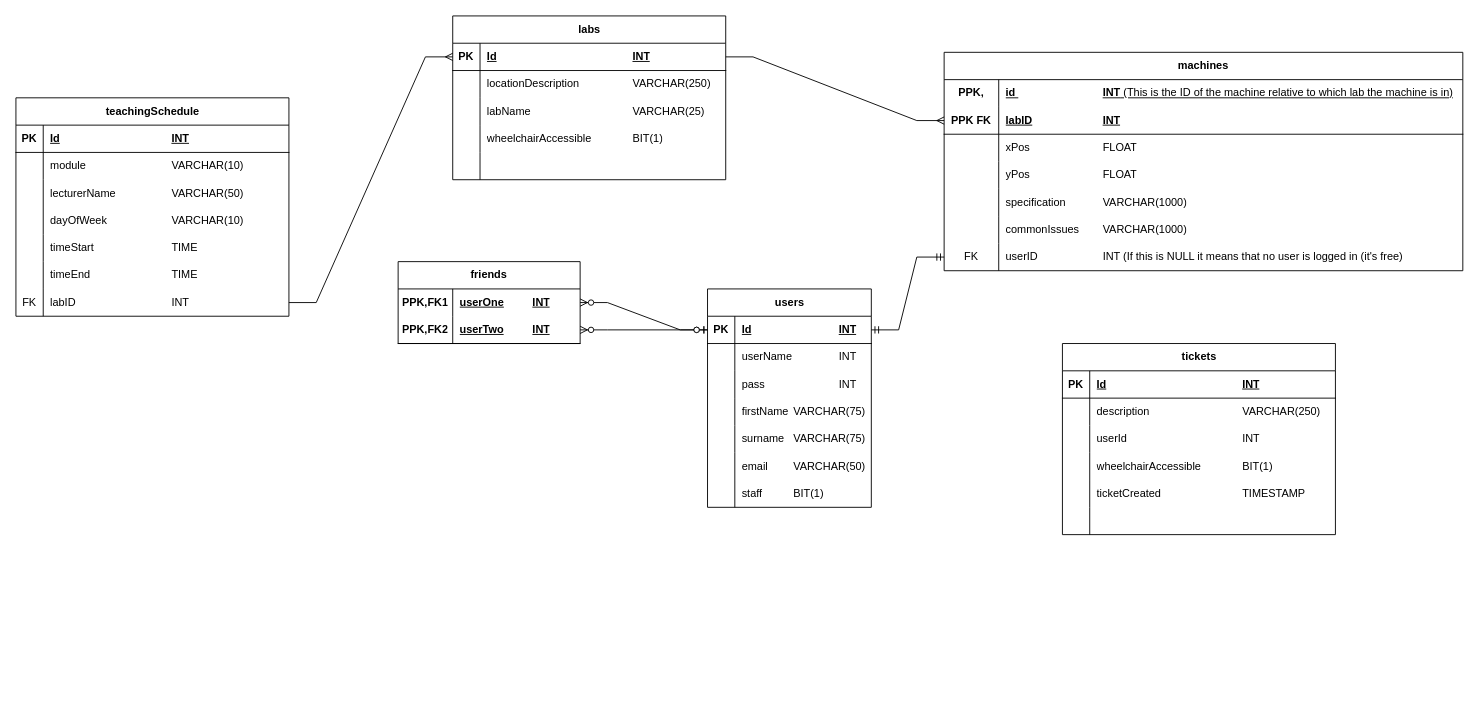
Above: LabFlow/LabFlow/assets/dissertation.drawio in chas-lad/LabFlow (draw.io), before the change. Source tidied: cells renumbered, new cells numbered last; positions are measured from the earlier drawing's top-left corner, leaving out a move shared by most shapes. Both pictures are drawn from the tidied source at 91%, with x=0, y=0 at pixel (15, 15).
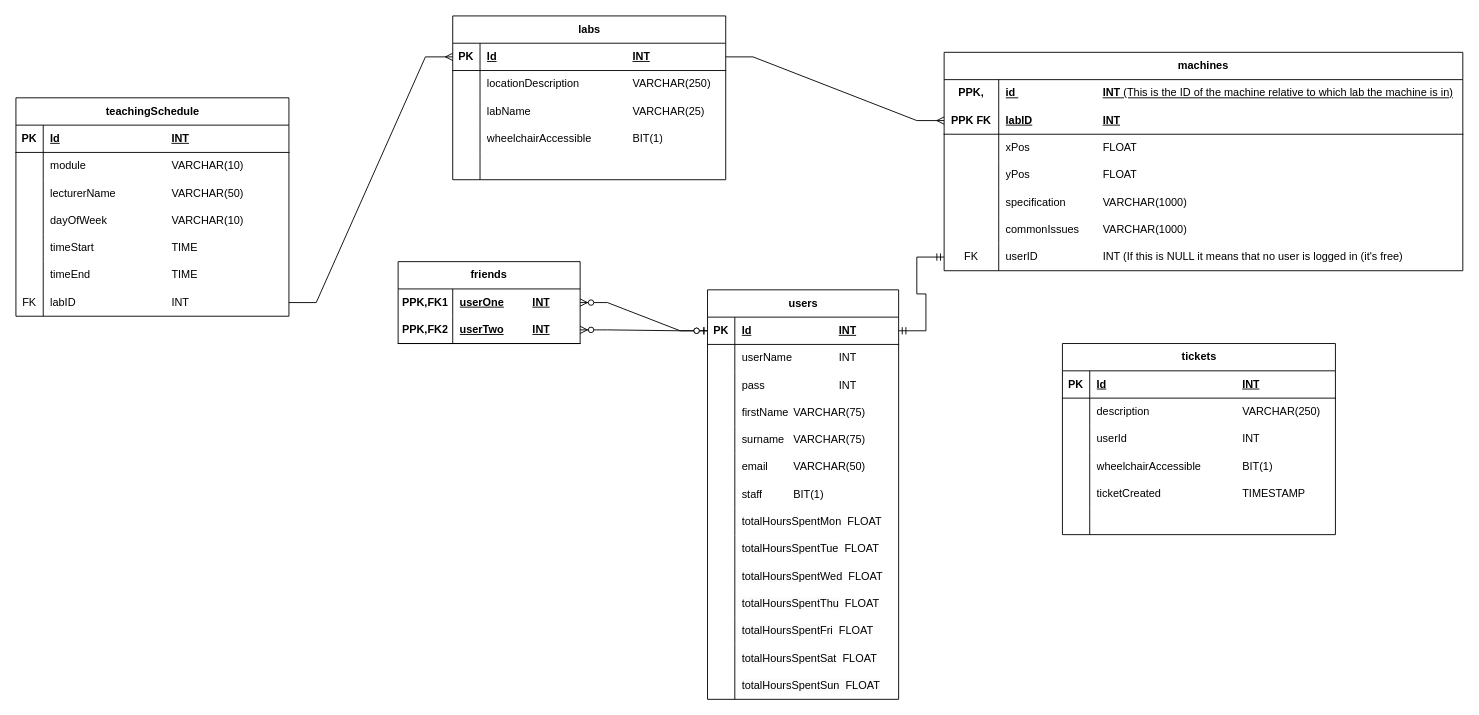
The same page after the edit.

The edit, as a diff of the source:
```diff
@@
     <mxCell id="2" value="users" style="shape=table;startSize=30;childLayout=tableLayout;rowLines=0;fontStyle=1;align=center;html=1;" parent="1" vertex="1">
-      <mxGeometry x="760" y="300" width="180" height="240" as="geometry" />
+      <mxGeometry x="760" y="301" width="210" height="450" as="geometry" />
     </mxCell>
     <mxCell id="3" style="shape=tableRow;horizontal=0;startSize=0;swimlaneHead=0;swimlaneBody=0;fillColor=none;points=[[0,0.5],[1,0.5]];portConstraint=eastwest;top=0;left=0;right=0;bottom=1;" parent="2" vertex="1">
-      <mxGeometry y="30" width="180" height="30" as="geometry" />
+      <mxGeometry y="30" width="210" height="30" as="geometry" />
     </mxCell>
@@
     <mxCell id="5" value="Id&lt;span style=&quot;white-space: pre;&quot;&gt;&#9;&lt;/span&gt;&lt;span style=&quot;white-space: pre;&quot;&gt;&#9;&lt;/span&gt;&lt;span style=&quot;white-space: pre;&quot;&gt;&#9;&lt;/span&gt;&lt;span style=&quot;white-space: pre;&quot;&gt;&#9;&lt;/span&gt;INT" style="shape=partialRectangle;fillColor=none;top=0;left=0;bottom=0;right=0;align=left;spacingLeft=6;fontStyle=5;overflow=hidden;whiteSpace=wrap;html=1;" parent="3" vertex="1">
-      <mxGeometry x="30" width="150" height="30" as="geometry" />
+      <mxGeometry x="30" width="180" height="30" as="geometry" />
     </mxCell>
     <mxCell id="6" style="shape=tableRow;horizontal=0;startSize=0;swimlaneHead=0;swimlaneBody=0;fillColor=none;top=0;left=0;right=0;bottom=0;" parent="2" vertex="1">
-      <mxGeometry y="60" width="180" height="30" as="geometry" />
+      <mxGeometry y="60" width="210" height="30" as="geometry" />
     </mxCell>
@@
     <mxCell id="8" value="userName&amp;nbsp;&lt;span style=&quot;white-space: pre;&quot;&gt;&#9;&lt;/span&gt;&lt;span style=&quot;white-space: pre;&quot;&gt;&#9;&lt;/span&gt;INT" style="shape=partialRectangle;fillColor=none;top=0;left=0;bottom=0;right=0;align=left;spacingLeft=6;overflow=hidden;whiteSpace=wrap;html=1;" parent="6" vertex="1">
-      <mxGeometry x="30" width="150" height="30" as="geometry" />
+      <mxGeometry x="30" width="180" height="30" as="geometry" />
     </mxCell>
     <mxCell id="9" style="shape=tableRow;horizontal=0;startSize=0;swimlaneHead=0;swimlaneBody=0;fillColor=none;top=0;left=0;right=0;bottom=0;" parent="2" vertex="1">
-      <mxGeometry y="90" width="180" height="30" as="geometry" />
+      <mxGeometry y="90" width="210" height="30" as="geometry" />
     </mxCell>
@@
     <mxCell id="11" value="pass&lt;span style=&quot;white-space: pre;&quot;&gt;&#9;&lt;/span&gt;&lt;span style=&quot;white-space: pre;&quot;&gt;&#9;&lt;/span&gt;&lt;span style=&quot;white-space: pre;&quot;&gt;&#9;&lt;/span&gt;INT" style="shape=partialRectangle;fillColor=none;top=0;left=0;bottom=0;right=0;align=left;spacingLeft=6;overflow=hidden;whiteSpace=wrap;html=1;" parent="9" vertex="1">
-      <mxGeometry x="30" width="150" height="30" as="geometry" />
+      <mxGeometry x="30" width="180" height="30" as="geometry" />
     </mxCell>
     <mxCell id="12" style="shape=tableRow;horizontal=0;startSize=0;swimlaneHead=0;swimlaneBody=0;fillColor=none;top=0;left=0;right=0;bottom=0;" parent="2" vertex="1">
-      <mxGeometry y="120" width="180" height="30" as="geometry" />
+      <mxGeometry y="120" width="210" height="30" as="geometry" />
     </mxCell>
@@
     <mxCell id="14" value="firstName&lt;span style=&quot;white-space: pre;&quot;&gt;&#9;&lt;/span&gt;&amp;nbsp;VARCHAR(75)" style="shape=partialRectangle;fillColor=none;top=0;left=0;bottom=0;right=0;align=left;spacingLeft=6;overflow=hidden;whiteSpace=wrap;html=1;" parent="12" vertex="1">
-      <mxGeometry x="30" width="150" height="30" as="geometry" />
+      <mxGeometry x="30" width="180" height="30" as="geometry" />
     </mxCell>
     <mxCell id="15" style="shape=tableRow;horizontal=0;startSize=0;swimlaneHead=0;swimlaneBody=0;fillColor=none;top=0;left=0;right=0;bottom=0;" parent="2" vertex="1">
-      <mxGeometry y="150" width="180" height="30" as="geometry" />
+      <mxGeometry y="150" width="210" height="30" as="geometry" />
     </mxCell>
@@
     <mxCell id="17" value="surname&lt;span style=&quot;white-space: pre;&quot;&gt;&#9;&lt;/span&gt;&amp;nbsp;VARCHAR(75)" style="shape=partialRectangle;fillColor=none;top=0;left=0;bottom=0;right=0;align=left;spacingLeft=6;overflow=hidden;whiteSpace=wrap;html=1;" parent="15" vertex="1">
-      <mxGeometry x="30" width="150" height="30" as="geometry" />
+      <mxGeometry x="30" width="180" height="30" as="geometry" />
     </mxCell>
     <mxCell id="18" style="shape=tableRow;horizontal=0;startSize=0;swimlaneHead=0;swimlaneBody=0;fillColor=none;top=0;left=0;right=0;bottom=0;" parent="2" vertex="1">
-      <mxGeometry y="180" width="180" height="30" as="geometry" />
+      <mxGeometry y="180" width="210" height="30" as="geometry" />
     </mxCell>
@@
     <mxCell id="20" value="email&lt;span style=&quot;white-space: pre;&quot;&gt;&#9;&lt;/span&gt;&amp;nbsp;VARCHAR(50)" style="shape=partialRectangle;fillColor=none;top=0;left=0;bottom=0;right=0;align=left;spacingLeft=6;overflow=hidden;whiteSpace=wrap;html=1;" parent="18" vertex="1">
-      <mxGeometry x="30" width="150" height="30" as="geometry" />
+      <mxGeometry x="30" width="180" height="30" as="geometry" />
     </mxCell>
     <mxCell id="21" style="shape=tableRow;horizontal=0;startSize=0;swimlaneHead=0;swimlaneBody=0;fillColor=none;top=0;left=0;right=0;bottom=0;" parent="2" vertex="1">
-      <mxGeometry y="210" width="180" height="30" as="geometry" />
+      <mxGeometry y="210" width="210" height="30" as="geometry" />
     </mxCell>
@@
     <mxCell id="23" value="staff&lt;span style=&quot;white-space: pre;&quot;&gt;&#9;&lt;span style=&quot;white-space: pre;&quot;&gt;&#9;&lt;/span&gt; B&lt;/span&gt;IT(1)" style="shape=partialRectangle;fillColor=none;top=0;left=0;bottom=0;right=0;align=left;spacingLeft=6;overflow=hidden;whiteSpace=wrap;html=1;" parent="21" vertex="1">
-      <mxGeometry x="30" width="150" height="30" as="geometry" />
+      <mxGeometry x="30" width="180" height="30" as="geometry" />
     </mxCell>
+    <mxCell id="115" style="shape=tableRow;horizontal=0;startSize=0;swimlaneHead=0;swimlaneBody=0;fillColor=none;top=0;left=0;right=0;bottom=0;" parent="2" vertex="1">
+      <mxGeometry y="240" width="210" height="30" as="geometry" />
+    </mxCell>
+    <mxCell id="116" style="shape=partialRectangle;fillColor=none;top=0;left=0;bottom=0;right=0;overflow=hidden;whiteSpace=wrap;html=1;" parent="115" vertex="1">
+      <mxGeometry width="30" height="30" as="geometry" />
+    </mxCell>
+    <mxCell id="117" value="totalHoursSpentMon&amp;nbsp; FLOAT" style="shape=partialRectangle;fillColor=none;top=0;left=0;bottom=0;right=0;align=left;spacingLeft=6;overflow=hidden;whiteSpace=wrap;html=1;" parent="115" vertex="1">
+      <mxGeometry x="30" width="180" height="30" as="geometry" />
+    </mxCell>
+    <mxCell id="118" style="shape=tableRow;horizontal=0;startSize=0;swimlaneHead=0;swimlaneBody=0;fillColor=none;top=0;left=0;right=0;bottom=0;" parent="2" vertex="1">
+      <mxGeometry y="270" width="210" height="30" as="geometry" />
+    </mxCell>
+    <mxCell id="119" style="shape=partialRectangle;fillColor=none;top=0;left=0;bottom=0;right=0;overflow=hidden;whiteSpace=wrap;html=1;" parent="118" vertex="1">
+      <mxGeometry width="30" height="30" as="geometry" />
+    </mxCell>
+    <mxCell id="120" value="&lt;span style=&quot;color: rgb(0, 0, 0); font-family: Helvetica; font-size: 12px; font-style: normal; font-variant-ligatures: normal; font-variant-caps: normal; font-weight: 400; letter-spacing: normal; orphans: 2; text-align: left; text-indent: 0px; text-transform: none; widows: 2; word-spacing: 0px; -webkit-text-stroke-width: 0px; background-color: rgb(251, 251, 251); text-decoration-thickness: initial; text-decoration-style: initial; text-decoration-color: initial; float: none; display: inline !important;&quot;&gt;totalHoursSpentTue&lt;/span&gt;&amp;nbsp; FLOAT" style="shape=partialRectangle;fillColor=none;top=0;left=0;bottom=0;right=0;align=left;spacingLeft=6;overflow=hidden;whiteSpace=wrap;html=1;" parent="118" vertex="1">
+      <mxGeometry x="30" width="180" height="30" as="geometry" />
+    </mxCell>
+    <mxCell id="121" style="shape=tableRow;horizontal=0;startSize=0;swimlaneHead=0;swimlaneBody=0;fillColor=none;top=0;left=0;right=0;bottom=0;" parent="2" vertex="1">
+      <mxGeometry y="300" width="210" height="30" as="geometry" />
+    </mxCell>
+    <mxCell id="122" style="shape=partialRectangle;fillColor=none;top=0;left=0;bottom=0;right=0;overflow=hidden;whiteSpace=wrap;html=1;" parent="121" vertex="1">
+      <mxGeometry width="30" height="30" as="geometry" />
+    </mxCell>
+    <mxCell id="123" value="&lt;span style=&quot;color: rgb(0, 0, 0); font-family: Helvetica; font-size: 12px; font-style: normal; font-variant-ligatures: normal; font-variant-caps: normal; font-weight: 400; letter-spacing: normal; orphans: 2; text-align: left; text-indent: 0px; text-transform: none; widows: 2; word-spacing: 0px; -webkit-text-stroke-width: 0px; background-color: rgb(251, 251, 251); text-decoration-thickness: initial; text-decoration-style: initial; text-decoration-color: initial; float: none; display: inline !important;&quot;&gt;totalHoursSpentWed&lt;/span&gt;&amp;nbsp; FLOAT" style="shape=partialRectangle;fillColor=none;top=0;left=0;bottom=0;right=0;align=left;spacingLeft=6;overflow=hidden;whiteSpace=wrap;html=1;" parent="121" vertex="1">
+      <mxGeometry x="30" width="180" height="30" as="geometry" />
+    </mxCell>
+    <mxCell id="124" style="shape=tableRow;horizontal=0;startSize=0;swimlaneHead=0;swimlaneBody=0;fillColor=none;top=0;left=0;right=0;bottom=0;" parent="2" vertex="1">
+      <mxGeometry y="330" width="210" height="30" as="geometry" />
+    </mxCell>
+    <mxCell id="125" style="shape=partialRectangle;fillColor=none;top=0;left=0;bottom=0;right=0;overflow=hidden;whiteSpace=wrap;html=1;" parent="124" vertex="1">
+      <mxGeometry width="30" height="30" as="geometry" />
+    </mxCell>
+    <mxCell id="126" value="&lt;span style=&quot;color: rgb(0, 0, 0); font-family: Helvetica; font-size: 12px; font-style: normal; font-variant-ligatures: normal; font-variant-caps: normal; font-weight: 400; letter-spacing: normal; orphans: 2; text-align: left; text-indent: 0px; text-transform: none; widows: 2; word-spacing: 0px; -webkit-text-stroke-width: 0px; background-color: rgb(251, 251, 251); text-decoration-thickness: initial; text-decoration-style: initial; text-decoration-color: initial; float: none; display: inline !important;&quot;&gt;totalHoursSpentThu&lt;/span&gt;&amp;nbsp; FLOAT" style="shape=partialRectangle;fillColor=none;top=0;left=0;bottom=0;right=0;align=left;spacingLeft=6;overflow=hidden;whiteSpace=wrap;html=1;" parent="124" vertex="1">
+      <mxGeometry x="30" width="180" height="30" as="geometry" />
+    </mxCell>
+    <mxCell id="127" style="shape=tableRow;horizontal=0;startSize=0;swimlaneHead=0;swimlaneBody=0;fillColor=none;top=0;left=0;right=0;bottom=0;" parent="2" vertex="1">
+      <mxGeometry y="360" width="210" height="30" as="geometry" />
+    </mxCell>
+    <mxCell id="128" style="shape=partialRectangle;fillColor=none;top=0;left=0;bottom=0;right=0;overflow=hidden;whiteSpace=wrap;html=1;" parent="127" vertex="1">
+      <mxGeometry width="30" height="30" as="geometry" />
+    </mxCell>
+    <mxCell id="129" value="&lt;span style=&quot;color: rgb(0, 0, 0); font-family: Helvetica; font-size: 12px; font-style: normal; font-variant-ligatures: normal; font-variant-caps: normal; font-weight: 400; letter-spacing: normal; orphans: 2; text-align: left; text-indent: 0px; text-transform: none; widows: 2; word-spacing: 0px; -webkit-text-stroke-width: 0px; background-color: rgb(251, 251, 251); text-decoration-thickness: initial; text-decoration-style: initial; text-decoration-color: initial; float: none; display: inline !important;&quot;&gt;totalHoursSpentFri&lt;/span&gt;&amp;nbsp; FLOAT" style="shape=partialRectangle;fillColor=none;top=0;left=0;bottom=0;right=0;align=left;spacingLeft=6;overflow=hidden;whiteSpace=wrap;html=1;" parent="127" vertex="1">
+      <mxGeometry x="30" width="180" height="30" as="geometry" />
+    </mxCell>
+    <mxCell id="130" style="shape=tableRow;horizontal=0;startSize=0;swimlaneHead=0;swimlaneBody=0;fillColor=none;top=0;left=0;right=0;bottom=0;" parent="2" vertex="1">
+      <mxGeometry y="390" width="210" height="30" as="geometry" />
+    </mxCell>
+    <mxCell id="131" style="shape=partialRectangle;fillColor=none;top=0;left=0;bottom=0;right=0;overflow=hidden;whiteSpace=wrap;html=1;" parent="130" vertex="1">
+      <mxGeometry width="30" height="30" as="geometry" />
+    </mxCell>
+    <mxCell id="132" value="&lt;span style=&quot;color: rgb(0, 0, 0); font-family: Helvetica; font-size: 12px; font-style: normal; font-variant-ligatures: normal; font-variant-caps: normal; font-weight: 400; letter-spacing: normal; orphans: 2; text-align: left; text-indent: 0px; text-transform: none; widows: 2; word-spacing: 0px; -webkit-text-stroke-width: 0px; background-color: rgb(251, 251, 251); text-decoration-thickness: initial; text-decoration-style: initial; text-decoration-color: initial; float: none; display: inline !important;&quot;&gt;totalHoursSpentSat&lt;/span&gt;&amp;nbsp; FLOAT" style="shape=partialRectangle;fillColor=none;top=0;left=0;bottom=0;right=0;align=left;spacingLeft=6;overflow=hidden;whiteSpace=wrap;html=1;" parent="130" vertex="1">
+      <mxGeometry x="30" width="180" height="30" as="geometry" />
+    </mxCell>
+    <mxCell id="133" style="shape=tableRow;horizontal=0;startSize=0;swimlaneHead=0;swimlaneBody=0;fillColor=none;top=0;left=0;right=0;bottom=0;" parent="2" vertex="1">
+      <mxGeometry y="420" width="210" height="30" as="geometry" />
+    </mxCell>
+    <mxCell id="134" style="shape=partialRectangle;fillColor=none;top=0;left=0;bottom=0;right=0;overflow=hidden;whiteSpace=wrap;html=1;" parent="133" vertex="1">
+      <mxGeometry width="30" height="30" as="geometry" />
+    </mxCell>
+    <mxCell id="135" value="&lt;span style=&quot;color: rgb(0, 0, 0); font-family: Helvetica; font-size: 12px; font-style: normal; font-variant-ligatures: normal; font-variant-caps: normal; font-weight: 400; letter-spacing: normal; orphans: 2; text-align: left; text-indent: 0px; text-transform: none; widows: 2; word-spacing: 0px; -webkit-text-stroke-width: 0px; background-color: rgb(251, 251, 251); text-decoration-thickness: initial; text-decoration-style: initial; text-decoration-color: initial; float: none; display: inline !important;&quot;&gt;totalHoursSpentSun&amp;nbsp; FLOAT&lt;/span&gt;" style="shape=partialRectangle;fillColor=none;top=0;left=0;bottom=0;right=0;align=left;spacingLeft=6;overflow=hidden;whiteSpace=wrap;html=1;" parent="133" vertex="1">
+      <mxGeometry x="30" width="180" height="30" as="geometry" />
+    </mxCell>
```
